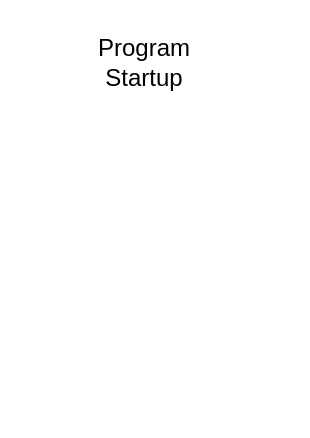
calebschmurr/AUNA_Test_Box keeps this draw.io diagram as Computer_App/Main_Control_Flow.drawio. Above is the earlier version. Source tidied: cells renumbered, new cells numbered last; positions are measured from the earlier drawing's top-left corner, leaving out a move shared by most shapes. Both pictures are drawn from the tidied source at 200%, with x=0, y=0 at pixel (104, 42).
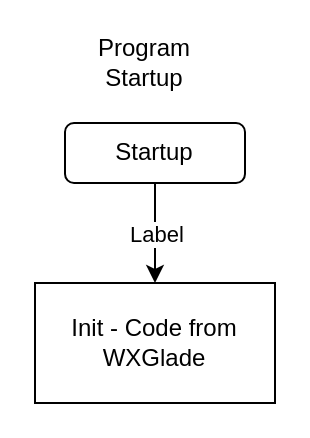
Above is the later version.

Change to the diagram source:
```diff
@@
 <mxGraphModel>
   <root>
     <mxCell id="0" />
     <mxCell id="1" parent="0" />
     <mxCell id="2" value="Program Startup" style="text;html=1;strokeColor=none;fillColor=none;align=center;verticalAlign=middle;whiteSpace=wrap;rounded=0;" parent="1" vertex="1">
       <mxGeometry width="40" height="20" as="geometry" />
     </mxCell>
+    <mxCell id="3" value="Init - Code from WXGlade" style="rounded=0;whiteSpace=wrap;html=1;" parent="1" vertex="1">
+      <mxGeometry x="-35" y="120" width="120" height="60" as="geometry" />
+    </mxCell>
+    <mxCell id="4" value="Startup" style="rounded=1;whiteSpace=wrap;html=1;" parent="1" vertex="1">
+      <mxGeometry x="-20" y="40" width="90" height="30" as="geometry" />
+    </mxCell>
+    <mxCell id="5" style="endArrow=classic;html=1;exitX=0.5;exitY=1;exitDx=0;exitDy=0;entryX=0.5;entryY=0;entryDx=0;entryDy=0;" parent="1" edge="1" source="4" target="3">
+      <mxGeometry relative="1" as="geometry" />
+    </mxCell>
+    <mxCell id="6" value="Label" style="edgeLabel;html=1;align=center;verticalAlign=middle;" parent="5" vertex="1">
+      <mxGeometry relative="1" as="geometry" />
+    </mxCell>
   </root>
 </mxGraphModel>
```
